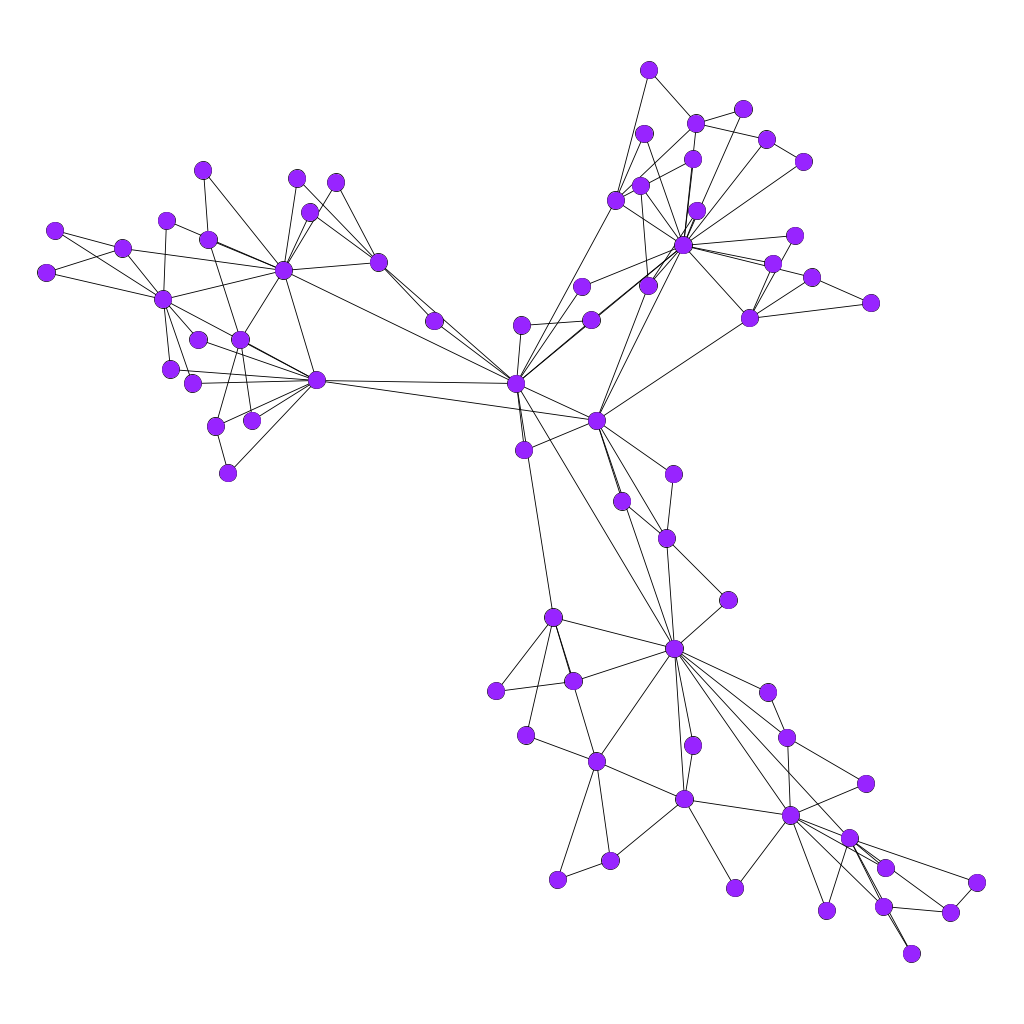
Earlier version of the Graphviz export Imágenes/Grafos/70/Dorogovtsev-Mendes_Graph70.png (rMelendez96/Projects-ADA). Its source is kept beside it as Archivos GV/Grafos/70/Dorogovtsev-Mendes_Graph70.gv.
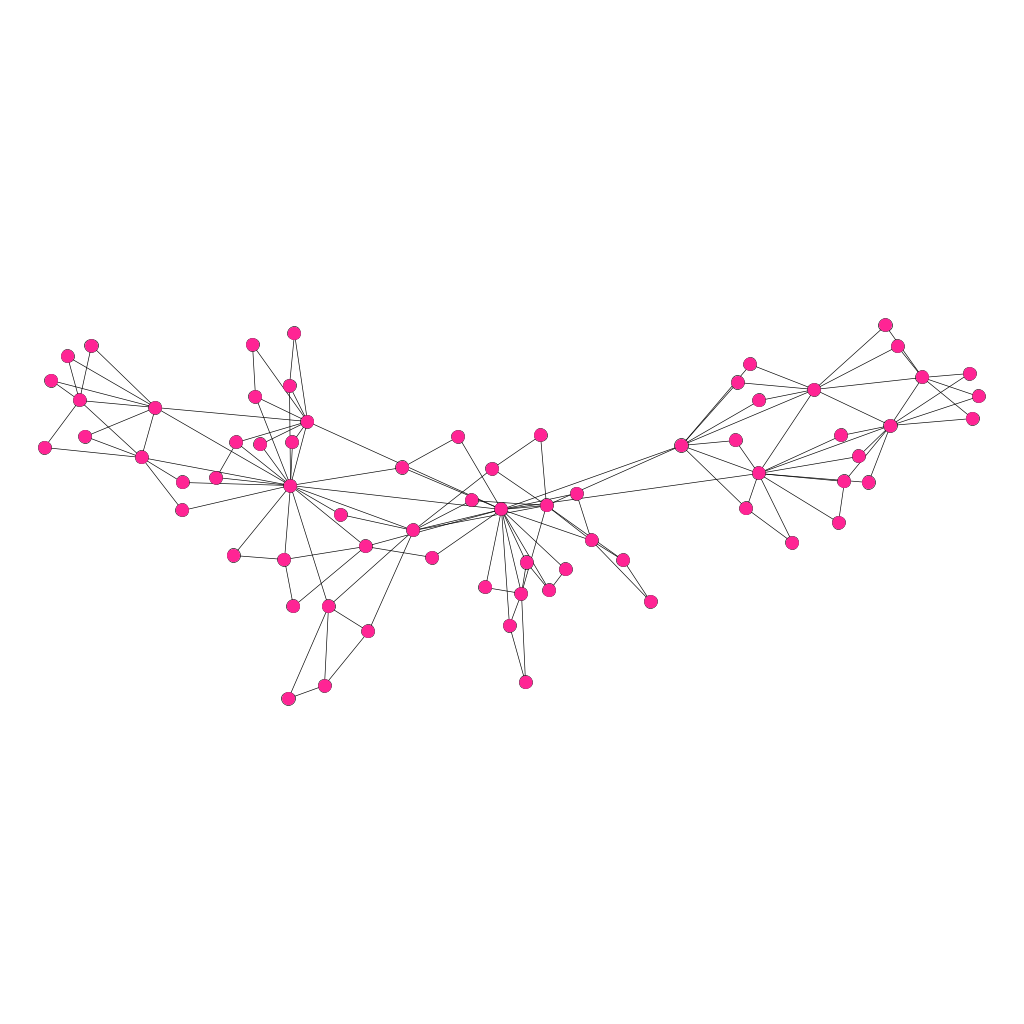
After the change.

The edit, as a diff of the source:
```diff
@@ -1,139 +1,139 @@
 graph{
-59 -- 39;
+46 -- 40;
+45 -- 0;
+44 -- 21;
+52 -- 26;
+25 -- 6;
+52 -- 0;
+24 -- 6;
+24 -- 21;
+53 -- 40;
+40 -- 14;
+53 -- 3;
+39 -- 16;
+39 -- 19;
+19 -- 16;
+37 -- 8;
+37 -- 0;
+54 -- 37;
+18 -- 16;
+54 -- 0;
+17 -- 0;
+35 -- 24;
+35 -- 21;
+51 -- 20;
+16 -- 5;
+55 -- 17;
+31 -- 6;
+55 -- 0;
+30 -- 22;
+12 -- 6;
+56 -- 24;
+56 -- 6;
+29 -- 26;
+57 -- 35;
+28 -- 21;
+57 -- 24;
+58 -- 35;
+58 -- 21;
+27 -- 2;
+27 -- 3;
+59 -- 14;
+26 -- 0;
+26 -- 4;
+43 -- 1;
+59 -- 1;
+60 -- 7;
+40 -- 3;
+60 -- 0;
+7 -- 0;
+38 -- 17;
+38 -- 22;
+3 -- 1;
+61 -- 60;
+18 -- 5;
+61 -- 7;
+36 -- 20;
+6 -- 0;
+34 -- 20;
+62 -- 14;
+15 -- 1;
+33 -- 7;
+1 -- 2;
+14 -- 1;
+14 -- 3;
+32 -- 3;
+62 -- 1;
+13 -- 3;
 31 -- 20;
-31 -- 17;
+63 -- 40;
+63 -- 14;
+11 -- 0;
+64 -- 40;
+9 -- 4;
+64 -- 14;
+5 -- 4;
+49 -- 9;
+65 -- 14;
+65 -- 1;
+8 -- 0;
+45 -- 11;
+66 -- 36;
+44 -- 35;
+50 -- 24;
+66 -- 20;
+4 -- 2;
+25 -- 20;
+42 -- 3;
+42 -- 40;
+41 -- 26;
+41 -- 29;
+67 -- 25;
+67 -- 6;
+22 -- 6;
 3 -- 2;
-60 -- 14;
-60 -- 5;
-32 -- 24;
+68 -- 59;
+48 -- 1;
+19 -- 18;
+68 -- 1;
+51 -- 34;
+16 -- 6;
+2 -- 0;
+47 -- 1;
+15 -- 2;
+69 -- 35;
+33 -- 0;
+69 -- 21;
+6 -- 5;
+12 -- 5;
+30 -- 6;
+0 -- 1;
+48 -- 2;
+49 -- 4;
+5 -- 0;
+10 -- 4;
+10 -- 5;
+28 -- 24;
+46 -- 14;
 4 -- 0;
-32 -- 18;
-4 -- 1;
-61 -- 37;
-61 -- 18;
-33 -- 32;
-5 -- 3;
-33 -- 24;
-5 -- 2;
-62 -- 42;
-62 -- 26;
-34 -- 26;
-6 -- 3;
-34 -- 20;
-6 -- 1;
-63 -- 35;
-63 -- 2;
-35 -- 24;
-7 -- 5;
-35 -- 2;
-7 -- 2;
-64 -- 38;
-64 -- 20;
-36 -- 26;
-8 -- 0;
-36 -- 20;
-8 -- 1;
-65 -- 36;
-65 -- 26;
-37 -- 32;
-9 -- 3;
-37 -- 18;
-9 -- 2;
-66 -- 15;
-66 -- 10;
-38 -- 20;
-10 -- 5;
-38 -- 1;
-10 -- 3;
-67 -- 43;
-67 -- 2;
-39 -- 24;
-11 -- 7;
-39 -- 18;
-11 -- 5;
-68 -- 7;
-68 -- 5;
-40 -- 39;
-12 -- 6;
-40 -- 24;
-12 -- 3;
-69 -- 7;
-69 -- 5;
-41 -- 33;
-13 -- 6;
-41 -- 24;
-13 -- 3;
-42 -- 36;
-14 -- 11;
-42 -- 26;
-14 -- 5;
-43 -- 5;
-15 -- 10;
-43 -- 2;
-15 -- 5;
-44 -- 5;
-16 -- 6;
-44 -- 2;
-16 -- 1;
-45 -- 35;
-17 -- 4;
-45 -- 24;
-17 -- 1;
-46 -- 40;
-18 -- 3;
-46 -- 39;
-18 -- 2;
-2 -- 0;
-47 -- 35;
-19 -- 5;
-47 -- 24;
-19 -- 3;
-48 -- 39;
-20 -- 17;
-48 -- 24;
-20 -- 1;
-49 -- 35;
-21 -- 19;
-49 -- 24;
-21 -- 5;
-50 -- 4;
-22 -- 11;
-50 -- 0;
-22 -- 7;
-51 -- 32;
-3 -- 1;
-23 -- 10;
-51 -- 18;
-1 -- 2;
-23 -- 5;
-52 -- 39;
-24 -- 18;
-52 -- 18;
-24 -- 2;
-53 -- 39;
-25 -- 19;
-53 -- 18;
-25 -- 5;
-54 -- 11;
-26 -- 20;
-54 -- 5;
-26 -- 1;
-55 -- 10;
-27 -- 17;
-55 -- 5;
-27 -- 4;
-56 -- 38;
-28 -- 17;
-56 -- 1;
-28 -- 1;
-57 -- 39;
-29 -- 26;
-57 -- 18;
-29 -- 20;
-0 -- 1;
-58 -- 8;
-30 -- 27;
-58 -- 0;
-30 -- 4;
-59 -- 40;
+43 -- 14;
+8 -- 7;
+47 -- 15;
+23 -- 6;
+23 -- 20;
+22 -- 17;
+21 -- 6;
+21 -- 20;
+20 -- 0;
+7 -- 4;
+20 -- 6;
+50 -- 6;
+36 -- 6;
+17 -- 6;
+34 -- 6;
+32 -- 2;
+13 -- 2;
+29 -- 4;
+11 -- 6;
+9 -- 5;
 }
```
